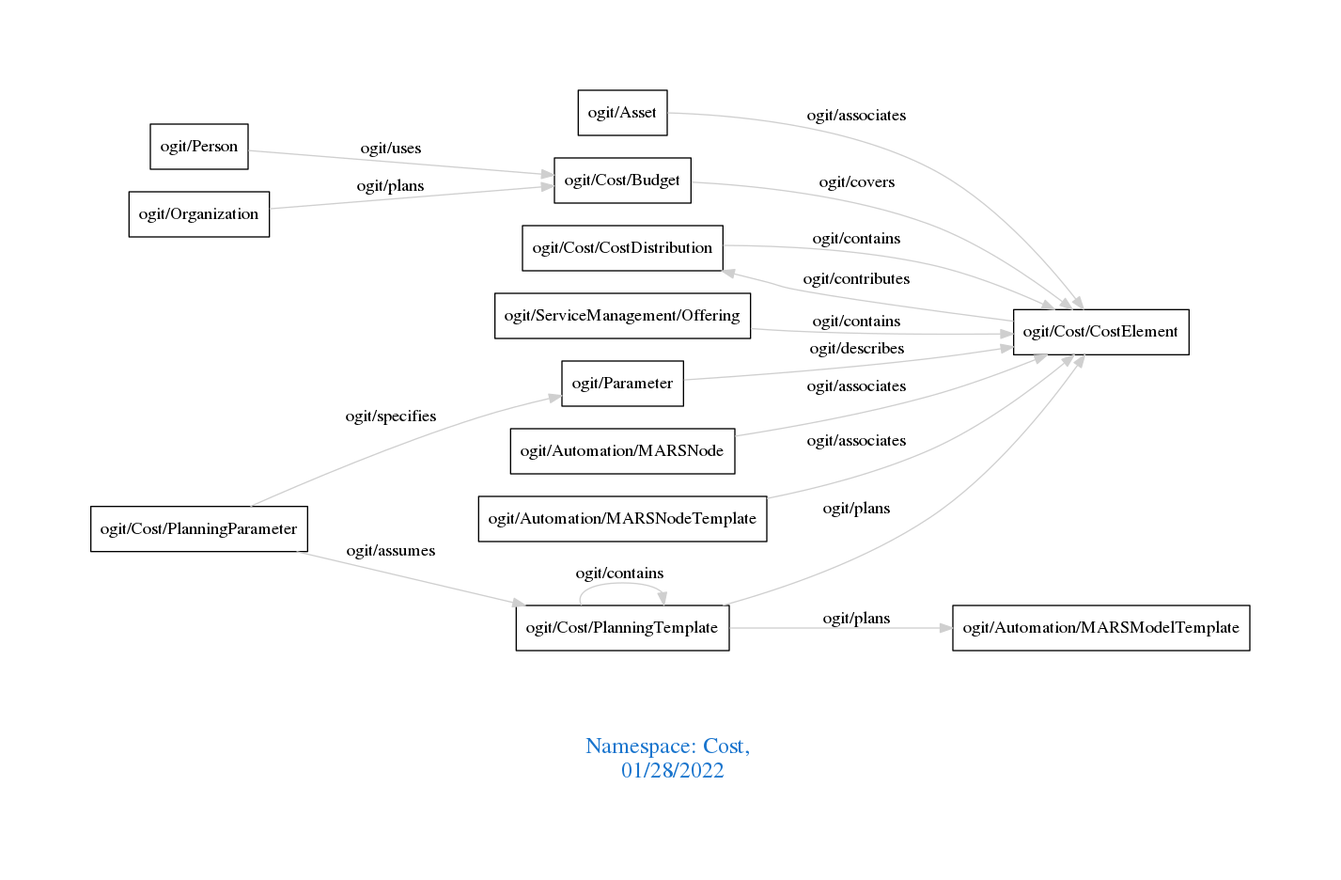
Earlier version of the Graphviz export downloads/Cost.png (arago/OGIT). Its source is kept beside it as downloads/Cost.dot.
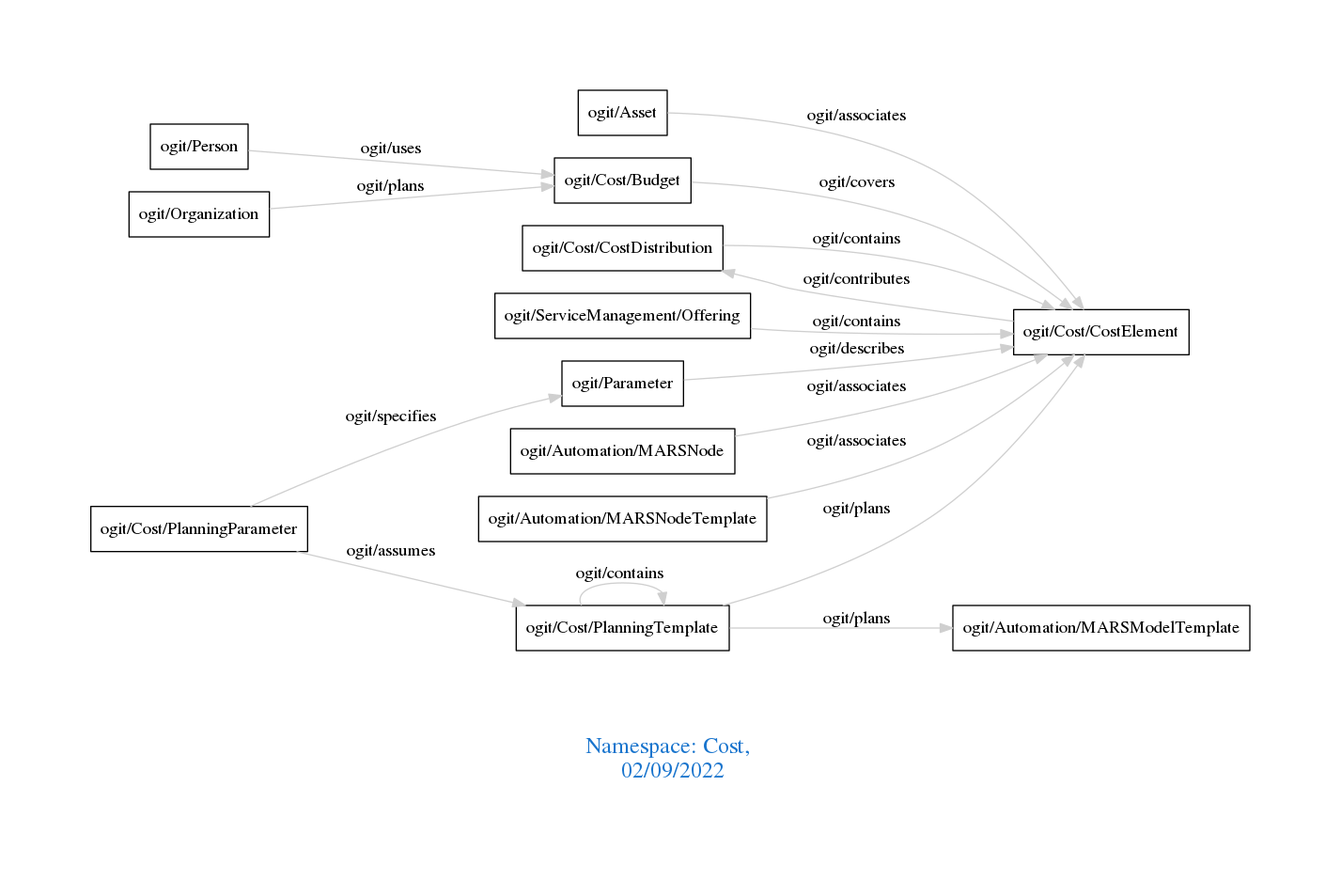
The same diagram one commit later.

Change to the diagram source:
```diff
@@ -1,7 +1,7 @@
 digraph OGIT_ontology {
  graph [ rankdir= LR,pad=1
 fontsize = 18,
-fontcolor= dodgerblue3,label = "\n\n\nNamespace: Cost, \n 01/28/2022"];
+fontcolor= dodgerblue3,label = "\n\n\nNamespace: Cost, \n 02/09/2022"];
 node[shape=polygon];
 edge [  color="gray81"];
 
```
